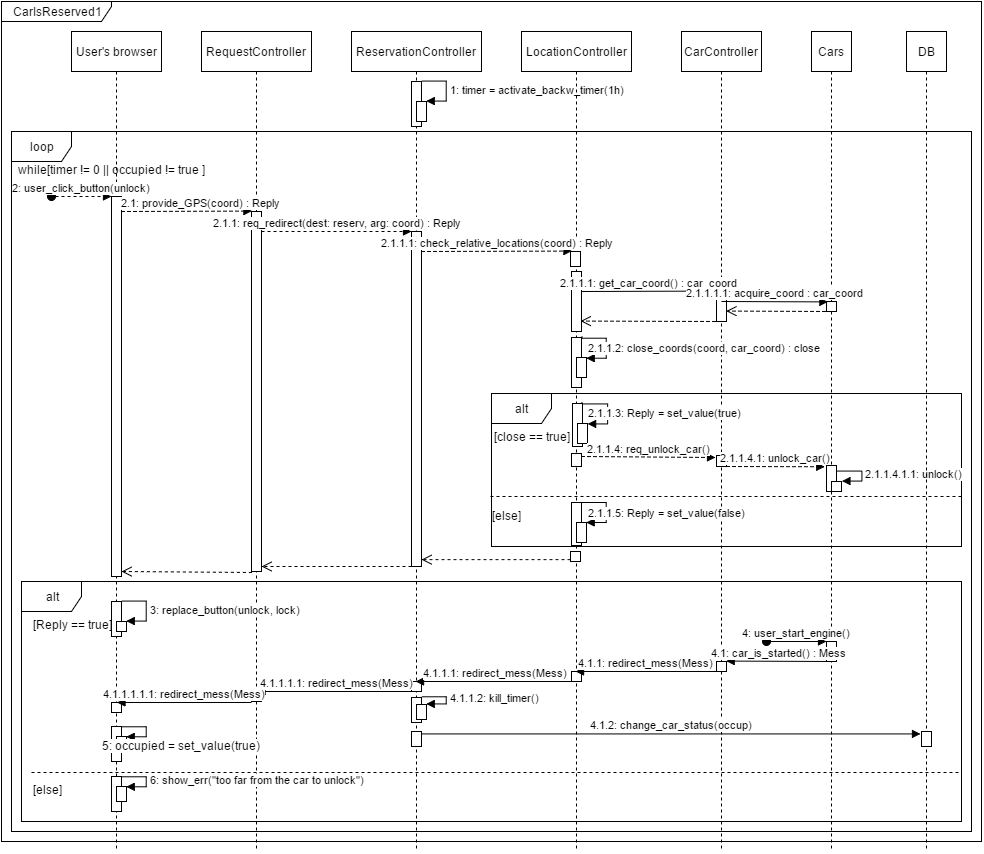
froart/SE2FJ keeps this draw.io diagram as DD/images/5CarIsReserved1.png. Above is the earlier version. Source tidied: cells renumbered, new cells last; positions are measured from the earlier drawing's top-left corner, leaving out a move shared by most shapes.
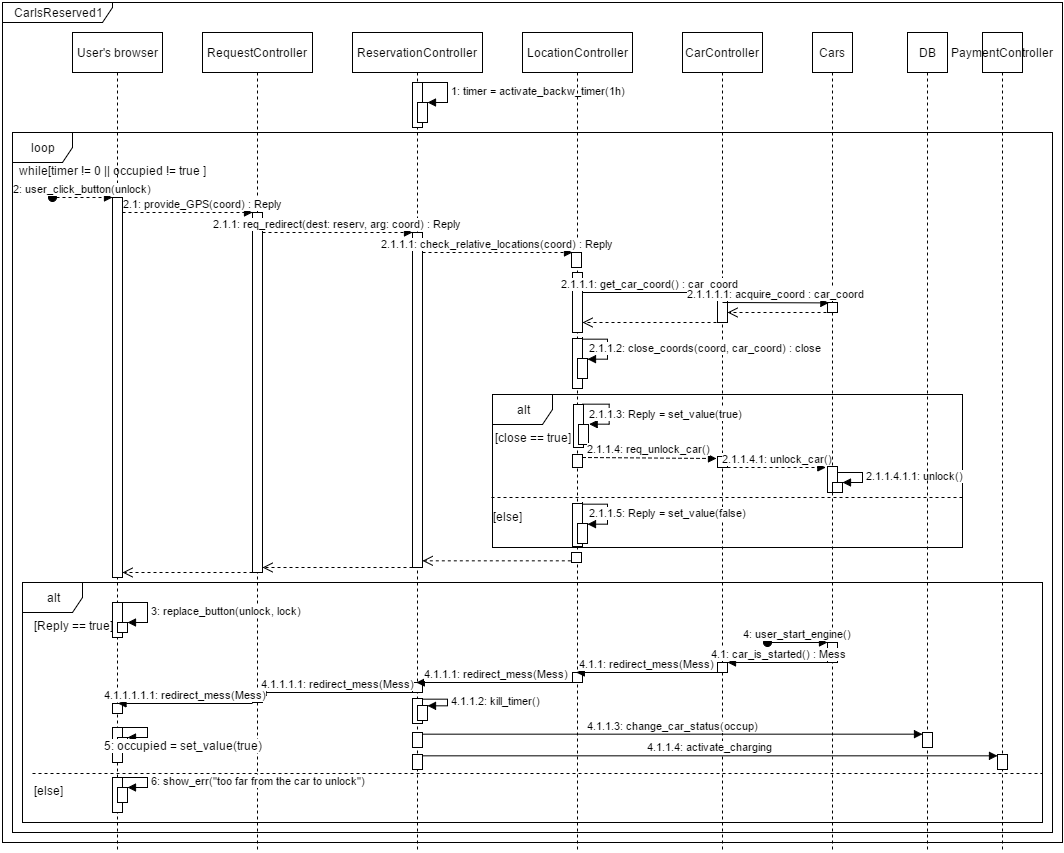
After the change.

What changed in the source:
```diff
@@ -3,7 +3,7 @@
     <mxCell id="0" />
     <mxCell id="1" parent="0" />
     <mxCell id="2" value="CarIsReserved1" style="shape=umlFrame;whiteSpace=wrap;html=1;width=110;height=20;" parent="1" vertex="1">
-      <mxGeometry width="980" height="840" as="geometry" />
+      <mxGeometry width="1060" height="840" as="geometry" />
     </mxCell>
     <mxCell id="3" value="User's browser" style="shape=umlLifeline;perimeter=lifelinePerimeter;whiteSpace=wrap;html=1;" parent="1" vertex="1">
       <mxGeometry x="70" y="30" width="90" height="820" as="geometry" />
@@ -40,6 +40,9 @@
     <mxCell id="12" style="html=1;points=[];perimeter=orthogonalPerimeter;" parent="6" vertex="1">
       <mxGeometry x="60" y="700" width="10" height="15" as="geometry" />
     </mxCell>
+    <mxCell id="86" style="html=1;points=[];perimeter=orthogonalPerimeter;" parent="6" vertex="1">
+      <mxGeometry x="60" y="722" width="10" height="15" as="geometry" />
+    </mxCell>
     <mxCell id="13" value="&lt;span&gt;LocationController&lt;/span&gt;&lt;br&gt;" style="shape=umlLifeline;perimeter=lifelinePerimeter;whiteSpace=wrap;html=1;outlineConnect=0;" parent="1" vertex="1">
       <mxGeometry x="520" y="30" width="110" height="820" as="geometry" />
     </mxCell>
@@ -62,7 +65,7 @@
       <mxGeometry x="50" y="660" width="10" height="10" as="geometry" />
     </mxCell>
     <mxCell id="20" value="loop" style="shape=umlFrame;whiteSpace=wrap;html=1;" parent="1" vertex="1">
-      <mxGeometry x="10" y="130" width="960" height="700" as="geometry" />
+      <mxGeometry x="10" y="130" width="1040" height="700" as="geometry" />
     </mxCell>
     <mxCell id="21" value="&lt;span style=&quot;font-weight: normal&quot;&gt;while[timer != 0 || occupied != true ]&lt;/span&gt;" style="text;html=1;align=center;fontStyle=1;verticalAlign=middle;spacingLeft=3;spacingRight=3;strokeColor=none;" parent="1" vertex="1">
       <mxGeometry x="70" y="155" width="80" height="26" as="geometry" />
@@ -156,7 +159,7 @@
       <mxGeometry x="569" y="550" width="10" height="10" as="geometry" />
     </mxCell>
     <mxCell id="42" value="alt" style="shape=umlFrame;whiteSpace=wrap;html=1;" parent="1" vertex="1">
-      <mxGeometry x="20" y="580" width="940" height="240" as="geometry" />
+      <mxGeometry x="20" y="580" width="1020" height="240" as="geometry" />
     </mxCell>
     <mxCell id="43" value="[else]" style="text;html=1;" parent="1" vertex="1">
       <mxGeometry x="30" y="775" width="90" height="30" as="geometry" />
@@ -283,7 +286,7 @@
     <mxCell id="71" style="html=1;points=[];perimeter=orthogonalPerimeter;" parent="70" vertex="1">
       <mxGeometry x="15" y="700" width="10" height="15" as="geometry" />
     </mxCell>
-    <mxCell id="72" value="4.1.2: change_car_status(occup)" style="html=1;verticalAlign=bottom;endArrow=block;strokeWidth=1;entryX=-0.124;entryY=0.177;entryPerimeter=0;exitX=0.983;exitY=0.131;exitPerimeter=0;" parent="1" edge="1" source="12" target="71">
+    <mxCell id="72" value="4.1.1.3: change_car_status(occup)" style="html=1;verticalAlign=bottom;endArrow=block;strokeWidth=1;exitX=0.983;exitY=0.131;exitPerimeter=0;" parent="1" edge="1" source="12" target="71">
       <mxGeometry relative="1" as="geometry" />
     </mxCell>
     <mxCell id="73" value="4.1.1.1.1: redirect_mess(Mess)" style="html=1;verticalAlign=bottom;endArrow=block;strokeWidth=1;" parent="1" edge="1">
@@ -318,7 +321,7 @@
       </mxGeometry>
     </mxCell>
     <mxCell id="79" style="line;html=1;strokeWidth=1;fillColor=none;align=left;verticalAlign=middle;spacingTop=-1;spacingLeft=3;spacingRight=3;labelPosition=right;dashed=1;" parent="1" vertex="1">
-      <mxGeometry x="30" y="767" width="930" height="8" as="geometry" />
+      <mxGeometry x="30" y="767" width="1010" height="8" as="geometry" />
     </mxCell>
     <mxCell id="80" style="html=1;perimeter=orthogonalPerimeter;" parent="1" vertex="1">
       <mxGeometry x="110" y="775" width="10" height="35" as="geometry" />
@@ -348,5 +351,14 @@
         </Array>
       </mxGeometry>
     </mxCell>
+    <mxCell id="87" value="&lt;span&gt;PaymentController&lt;/span&gt;&lt;br&gt;" style="shape=umlLifeline;perimeter=lifelinePerimeter;whiteSpace=wrap;html=1;" parent="1" vertex="1">
+      <mxGeometry x="980" y="30" width="40" height="820" as="geometry" />
+    </mxCell>
+    <mxCell id="88" style="html=1;points=[];perimeter=orthogonalPerimeter;" parent="87" vertex="1">
+      <mxGeometry x="15" y="722" width="10" height="15" as="geometry" />
+    </mxCell>
+    <mxCell id="89" value="4.1.1.4: activate_charging" style="html=1;verticalAlign=bottom;endArrow=block;strokeWidth=1;exitX=0.983;exitY=0.131;exitPerimeter=0;" parent="1" edge="1" source="86" target="88">
+      <mxGeometry x="469.6" y="741.5" as="geometry" />
+    </mxCell>
   </root>
 </mxGraphModel>
```
